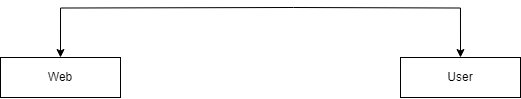
This is server/server.drawio.png from exersalza/move-alarm, a draw.io export, as it was before one commit. Source tidied: cells renumbered, new cells last; positions are measured from the earlier drawing's top-left corner, leaving out a move shared by most shapes.
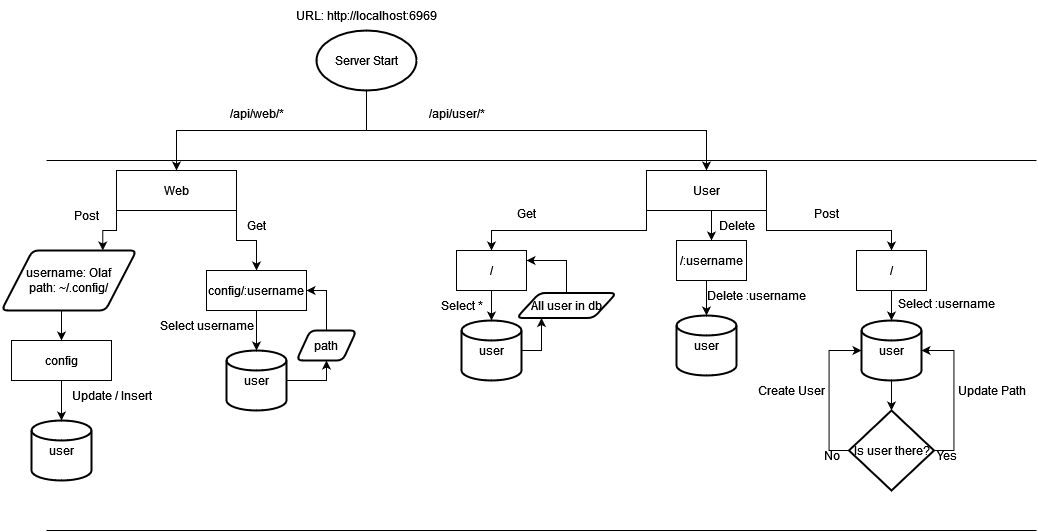
After the commit.

What changed in the source:
```diff
@@ -2,21 +2,188 @@
   <root>
     <mxCell id="0" />
     <mxCell id="1" parent="0" />
-    <mxCell id="2" style="edgeStyle=orthogonalEdgeStyle;rounded=0;jettySize=auto;html=1;exitX=0.5;exitY=1;exitDx=0;exitDy=0;entryX=0.5;entryY=0;entryDx=0;entryDy=0;" parent="1" edge="1" target="4">
-      <mxGeometry relative="1" as="geometry">
-        <mxPoint x="293" as="sourcePoint" />
-      </mxGeometry>
-    </mxCell>
-    <mxCell id="3" style="edgeStyle=orthogonalEdgeStyle;rounded=0;jettySize=auto;html=1;exitX=0.5;exitY=1;exitDx=0;exitDy=0;entryX=0.5;entryY=0;entryDx=0;entryDy=0;" parent="1" edge="1" target="5">
-      <mxGeometry relative="1" as="geometry">
-        <mxPoint x="293" as="sourcePoint" />
-      </mxGeometry>
-    </mxCell>
+    <mxCell id="6" style="edgeStyle=orthogonalEdgeStyle;rounded=0;jettySize=auto;html=1;exitX=1;exitY=1;exitDx=0;exitDy=0;entryX=0.5;entryY=0;entryDx=0;entryDy=0;" parent="1" edge="1" source="4" target="21">
+      <mxGeometry relative="1" as="geometry" />
+    </mxCell>
+    <mxCell id="7" style="edgeStyle=orthogonalEdgeStyle;rounded=0;jettySize=auto;html=1;exitX=0;exitY=1;exitDx=0;exitDy=0;entryX=0.75;entryY=0;entryDx=0;entryDy=0;" parent="1" edge="1" source="4" target="24">
+      <mxGeometry relative="1" as="geometry" />
+    </mxCell>
     <mxCell id="4" value="Web" style="rounded=0;whiteSpace=wrap;html=1;" parent="1" vertex="1">
-      <mxGeometry y="50" width="120" height="40" as="geometry" />
+      <mxGeometry x="10" y="50" width="120" height="40" as="geometry" />
     </mxCell>
+    <mxCell id="8" style="edgeStyle=orthogonalEdgeStyle;rounded=0;jettySize=auto;html=1;exitX=0;exitY=1;exitDx=0;exitDy=0;entryX=0.5;entryY=0;entryDx=0;entryDy=0;" parent="1" edge="1" source="5" target="33">
+      <mxGeometry relative="1" as="geometry" />
+    </mxCell>
+    <mxCell id="9" style="edgeStyle=orthogonalEdgeStyle;rounded=0;jettySize=auto;html=1;exitX=0.5;exitY=1;exitDx=0;exitDy=0;entryX=0.5;entryY=0;entryDx=0;entryDy=0;" parent="1" edge="1" source="5" target="40">
+      <mxGeometry relative="1" as="geometry" />
+    </mxCell>
+    <mxCell id="10" style="edgeStyle=orthogonalEdgeStyle;rounded=0;jettySize=auto;html=1;exitX=1;exitY=1;exitDx=0;exitDy=0;" parent="1" edge="1" source="5" target="45">
+      <mxGeometry relative="1" as="geometry" />
+    </mxCell>
     <mxCell id="5" value="User" style="rounded=0;whiteSpace=wrap;html=1;" parent="1" vertex="1">
-      <mxGeometry x="400" y="50" width="120" height="40" as="geometry" />
+      <mxGeometry x="540" y="50" width="120" height="40" as="geometry" />
     </mxCell>
+    <mxCell id="11" style="endArrow=none;html=1;rounded=0;" parent="1" edge="1">
+      <mxGeometry relative="1" as="geometry">
+        <mxPoint x="-60" y="40" as="sourcePoint" />
+        <mxPoint x="930" y="40" as="targetPoint" />
+      </mxGeometry>
+    </mxCell>
+    <mxCell id="12" style="edgeStyle=orthogonalEdgeStyle;rounded=0;jettySize=auto;html=1;exitX=0.5;exitY=1;exitDx=0;exitDy=0;exitPerimeter=0;entryX=0.5;entryY=0;entryDx=0;entryDy=0;" parent="1" edge="1" source="14" target="4">
+      <mxGeometry relative="1" as="geometry" />
+    </mxCell>
+    <mxCell id="13" style="edgeStyle=orthogonalEdgeStyle;rounded=0;jettySize=auto;html=1;exitX=0.5;exitY=1;exitDx=0;exitDy=0;exitPerimeter=0;entryX=0.5;entryY=0;entryDx=0;entryDy=0;" parent="1" edge="1" source="14" target="5">
+      <mxGeometry relative="1" as="geometry" />
+    </mxCell>
+    <mxCell id="14" value="Server Start" style="strokeWidth=2;html=1;shape=mxgraph.flowchart.start_1;whiteSpace=wrap;" parent="1" vertex="1">
+      <mxGeometry x="210" y="-90" width="100" height="60" as="geometry" />
+    </mxCell>
+    <mxCell id="15" style="edgeStyle=orthogonalEdgeStyle;rounded=0;jettySize=auto;html=1;exitX=0.5;exitY=1;exitDx=0;exitDy=0;entryX=0.5;entryY=0;entryDx=0;entryDy=0;" parent="1" edge="1" source="16">
+      <mxGeometry relative="1" as="geometry">
+        <mxPoint x="-45" y="300" as="targetPoint" />
+      </mxGeometry>
+    </mxCell>
+    <mxCell id="16" value="config" style="rounded=0;whiteSpace=wrap;html=1;" parent="1" vertex="1">
+      <mxGeometry x="-95" y="220" width="100" height="40" as="geometry" />
+    </mxCell>
+    <mxCell id="17" value="&lt;div&gt;/api/web/*&lt;/div&gt;" style="text;html=1;align=center;verticalAlign=middle;strokeColor=none;fillColor=none;" parent="1" vertex="1">
+      <mxGeometry x="110" y="-22" width="80" height="30" as="geometry" />
+    </mxCell>
+    <mxCell id="18" value="&lt;div&gt;/api/user/*&lt;/div&gt;" style="text;html=1;align=center;verticalAlign=middle;strokeColor=none;fillColor=none;" parent="1" vertex="1">
+      <mxGeometry x="310" y="-22" width="80" height="30" as="geometry" />
+    </mxCell>
+    <mxCell id="19" value="&lt;div&gt;Post&lt;/div&gt;" style="text;html=1;align=center;verticalAlign=middle;strokeColor=none;fillColor=none;" parent="1" vertex="1">
+      <mxGeometry x="-45" y="80" width="50" height="30" as="geometry" />
+    </mxCell>
+    <mxCell id="20" style="edgeStyle=orthogonalEdgeStyle;rounded=0;jettySize=auto;html=1;exitX=0.5;exitY=1;exitDx=0;exitDy=0;" parent="1" edge="1" source="21" target="28">
+      <mxGeometry relative="1" as="geometry" />
+    </mxCell>
+    <mxCell id="21" value="config/:username" style="rounded=0;whiteSpace=wrap;html=1;" parent="1" vertex="1">
+      <mxGeometry x="100" y="150" width="100" height="40" as="geometry" />
+    </mxCell>
+    <mxCell id="22" value="&lt;div&gt;Get&lt;/div&gt;" style="text;html=1;align=center;verticalAlign=middle;strokeColor=none;fillColor=none;" parent="1" vertex="1">
+      <mxGeometry x="130" y="90" width="40" height="30" as="geometry" />
+    </mxCell>
+    <mxCell id="23" style="edgeStyle=orthogonalEdgeStyle;rounded=0;jettySize=auto;html=1;exitX=0.5;exitY=1;exitDx=0;exitDy=0;entryX=0.5;entryY=0;entryDx=0;entryDy=0;" parent="1" edge="1" source="24" target="16">
+      <mxGeometry relative="1" as="geometry" />
+    </mxCell>
+    <mxCell id="24" value="&lt;div&gt;username: Olaf&lt;/div&gt;&lt;div&gt;path: ~/.config/&lt;br&gt;&lt;/div&gt;" style="shape=parallelogram;html=1;strokeWidth=2;perimeter=parallelogramPerimeter;whiteSpace=wrap;rounded=1;arcSize=12;size=0.23;" parent="1" vertex="1">
+      <mxGeometry x="-105" y="130" width="135" height="60" as="geometry" />
+    </mxCell>
+    <mxCell id="25" value="user" style="strokeWidth=2;html=1;shape=mxgraph.flowchart.database;whiteSpace=wrap;" parent="1" vertex="1">
+      <mxGeometry x="-75" y="300" width="60" height="60" as="geometry" />
+    </mxCell>
+    <mxCell id="26" value="&lt;div&gt;Update / Insert&lt;/div&gt;" style="text;html=1;align=center;verticalAlign=middle;strokeColor=none;fillColor=none;" parent="1" vertex="1">
+      <mxGeometry x="-45" y="260" width="100" height="30" as="geometry" />
+    </mxCell>
+    <mxCell id="27" style="edgeStyle=orthogonalEdgeStyle;rounded=0;jettySize=auto;html=1;exitX=1;exitY=0.5;exitDx=0;exitDy=0;exitPerimeter=0;entryX=0.5;entryY=1;entryDx=0;entryDy=0;" parent="1" edge="1" source="28" target="31">
+      <mxGeometry relative="1" as="geometry" />
+    </mxCell>
+    <mxCell id="28" value="user" style="strokeWidth=2;html=1;shape=mxgraph.flowchart.database;whiteSpace=wrap;" parent="1" vertex="1">
+      <mxGeometry x="120" y="230" width="60" height="60" as="geometry" />
+    </mxCell>
+    <mxCell id="29" value="Select username" style="text;html=1;align=center;verticalAlign=middle;strokeColor=none;fillColor=none;" parent="1" vertex="1">
+      <mxGeometry x="40" y="190" width="120" height="30" as="geometry" />
+    </mxCell>
+    <mxCell id="30" style="edgeStyle=orthogonalEdgeStyle;rounded=0;jettySize=auto;html=1;exitX=0.5;exitY=0;exitDx=0;exitDy=0;entryX=1;entryY=0.5;entryDx=0;entryDy=0;" parent="1" edge="1" source="31" target="21">
+      <mxGeometry relative="1" as="geometry" />
+    </mxCell>
+    <mxCell id="31" value="path" style="shape=parallelogram;html=1;strokeWidth=2;perimeter=parallelogramPerimeter;whiteSpace=wrap;rounded=1;arcSize=12;size=0.23;" parent="1" vertex="1">
+      <mxGeometry x="190" y="210" width="60" height="30" as="geometry" />
+    </mxCell>
+    <mxCell id="32" style="edgeStyle=orthogonalEdgeStyle;rounded=0;jettySize=auto;html=1;exitX=0.5;exitY=1;exitDx=0;exitDy=0;" parent="1" edge="1" source="33">
+      <mxGeometry relative="1" as="geometry">
+        <mxPoint x="385" y="200" as="targetPoint" />
+      </mxGeometry>
+    </mxCell>
+    <mxCell id="33" value="/" style="rounded=0;whiteSpace=wrap;html=1;" parent="1" vertex="1">
+      <mxGeometry x="350" y="130" width="70" height="40" as="geometry" />
+    </mxCell>
+    <mxCell id="34" value="Get" style="text;html=1;align=center;verticalAlign=middle;strokeColor=none;fillColor=none;" parent="1" vertex="1">
+      <mxGeometry x="400" y="78" width="40" height="30" as="geometry" />
+    </mxCell>
+    <mxCell id="35" style="edgeStyle=orthogonalEdgeStyle;rounded=0;jettySize=auto;html=1;exitX=1;exitY=0.5;exitDx=0;exitDy=0;exitPerimeter=0;entryX=0.25;entryY=1;entryDx=0;entryDy=0;" parent="1" edge="1" source="36" target="39">
+      <mxGeometry relative="1" as="geometry" />
+    </mxCell>
+    <mxCell id="36" value="user" style="strokeWidth=2;html=1;shape=mxgraph.flowchart.database;whiteSpace=wrap;" parent="1" vertex="1">
+      <mxGeometry x="355" y="200" width="60" height="60" as="geometry" />
+    </mxCell>
+    <mxCell id="37" value="Select *" style="text;html=1;align=center;verticalAlign=middle;strokeColor=none;fillColor=none;" parent="1" vertex="1">
+      <mxGeometry x="320" y="170" width="70" height="30" as="geometry" />
+    </mxCell>
+    <mxCell id="38" style="edgeStyle=orthogonalEdgeStyle;rounded=0;jettySize=auto;html=1;exitX=0.25;exitY=0;exitDx=0;exitDy=0;entryX=1;entryY=0.25;entryDx=0;entryDy=0;" parent="1" edge="1" source="39" target="33">
+      <mxGeometry relative="1" as="geometry">
+        <Array as="points">
+          <mxPoint x="460" y="173" />
+          <mxPoint x="460" y="140" />
+        </Array>
+      </mxGeometry>
+    </mxCell>
+    <mxCell id="39" value="All user in db" style="shape=parallelogram;html=1;strokeWidth=2;perimeter=parallelogramPerimeter;whiteSpace=wrap;rounded=1;arcSize=12;size=0.23;" parent="1" vertex="1">
+      <mxGeometry x="410" y="172.5" width="100" height="25" as="geometry" />
+    </mxCell>
+    <mxCell id="40" value="/:username" style="rounded=0;whiteSpace=wrap;html=1;" parent="1" vertex="1">
+      <mxGeometry x="570" y="120" width="70" height="40" as="geometry" />
+    </mxCell>
+    <mxCell id="41" value="&lt;div&gt;Delete&lt;/div&gt;" style="text;html=1;align=center;verticalAlign=middle;strokeColor=none;fillColor=none;" parent="1" vertex="1">
+      <mxGeometry x="600" y="90" width="60" height="30" as="geometry" />
+    </mxCell>
+    <mxCell id="42" value="user" style="strokeWidth=2;html=1;shape=mxgraph.flowchart.database;whiteSpace=wrap;" parent="1" vertex="1">
+      <mxGeometry x="570" y="195" width="60" height="60" as="geometry" />
+    </mxCell>
+    <mxCell id="43" style="edgeStyle=orthogonalEdgeStyle;rounded=0;jettySize=auto;html=1;exitX=0.25;exitY=1;exitDx=0;exitDy=0;entryX=0.5;entryY=0;entryDx=0;entryDy=0;entryPerimeter=0;" parent="1" edge="1" source="40" target="42">
+      <mxGeometry relative="1" as="geometry" />
+    </mxCell>
+    <mxCell id="44" value="Delete :username" style="text;html=1;align=center;verticalAlign=middle;strokeColor=none;fillColor=none;" parent="1" vertex="1">
+      <mxGeometry x="590" y="160" width="120" height="30" as="geometry" />
+    </mxCell>
+    <mxCell id="45" value="&lt;div&gt;/&lt;/div&gt;" style="rounded=0;whiteSpace=wrap;html=1;" parent="1" vertex="1">
+      <mxGeometry x="750" y="130" width="70" height="40" as="geometry" />
+    </mxCell>
+    <mxCell id="46" value="Post" style="text;html=1;align=center;verticalAlign=middle;strokeColor=none;fillColor=none;" parent="1" vertex="1">
+      <mxGeometry x="695" y="78" width="50" height="30" as="geometry" />
+    </mxCell>
+    <mxCell id="47" value="user" style="strokeWidth=2;html=1;shape=mxgraph.flowchart.database;whiteSpace=wrap;" parent="1" vertex="1">
+      <mxGeometry x="755" y="200" width="60" height="60" as="geometry" />
+    </mxCell>
+    <mxCell id="48" style="edgeStyle=orthogonalEdgeStyle;rounded=0;jettySize=auto;html=1;exitX=0.5;exitY=1;exitDx=0;exitDy=0;entryX=0.5;entryY=0;entryDx=0;entryDy=0;entryPerimeter=0;" parent="1" edge="1" source="45" target="47">
+      <mxGeometry relative="1" as="geometry" />
+    </mxCell>
+    <mxCell id="49" value="Select :username" style="text;html=1;align=center;verticalAlign=middle;strokeColor=none;fillColor=none;" parent="1" vertex="1">
+      <mxGeometry x="780" y="167.5" width="120" height="30" as="geometry" />
+    </mxCell>
+    <mxCell id="50" value="Is user there?" style="strokeWidth=2;html=1;shape=mxgraph.flowchart.decision;whiteSpace=wrap;" parent="1" vertex="1">
+      <mxGeometry x="742.5" y="290" width="85" height="80" as="geometry" />
+    </mxCell>
+    <mxCell id="51" style="edgeStyle=orthogonalEdgeStyle;rounded=0;jettySize=auto;html=1;exitX=0.5;exitY=1;exitDx=0;exitDy=0;exitPerimeter=0;entryX=0.5;entryY=0;entryDx=0;entryDy=0;entryPerimeter=0;" parent="1" edge="1" source="47" target="50">
+      <mxGeometry relative="1" as="geometry" />
+    </mxCell>
+    <mxCell id="52" style="edgeStyle=orthogonalEdgeStyle;rounded=0;jettySize=auto;html=1;exitX=1;exitY=0.5;exitDx=0;exitDy=0;exitPerimeter=0;entryX=1;entryY=0.5;entryDx=0;entryDy=0;entryPerimeter=0;" parent="1" edge="1" source="50" target="47">
+      <mxGeometry relative="1" as="geometry" />
+    </mxCell>
+    <mxCell id="53" value="Update Path" style="text;html=1;align=center;verticalAlign=middle;strokeColor=none;fillColor=none;" parent="1" vertex="1">
+      <mxGeometry x="840" y="255" width="90" height="30" as="geometry" />
+    </mxCell>
+    <mxCell id="54" value="&lt;div&gt;Yes&lt;/div&gt;" style="text;html=1;align=center;verticalAlign=middle;strokeColor=none;fillColor=none;" parent="1" vertex="1">
+      <mxGeometry x="820" y="320" width="40" height="30" as="geometry" />
+    </mxCell>
+    <mxCell id="55" style="edgeStyle=orthogonalEdgeStyle;rounded=0;jettySize=auto;html=1;exitX=0;exitY=0.5;exitDx=0;exitDy=0;exitPerimeter=0;entryX=0;entryY=0.5;entryDx=0;entryDy=0;entryPerimeter=0;" parent="1" edge="1" source="50" target="47">
+      <mxGeometry relative="1" as="geometry" />
+    </mxCell>
+    <mxCell id="56" value="Create User" style="text;html=1;align=center;verticalAlign=middle;strokeColor=none;fillColor=none;" parent="1" vertex="1">
+      <mxGeometry x="640" y="255" width="90" height="30" as="geometry" />
+    </mxCell>
+    <mxCell id="57" value="No" style="text;html=1;align=center;verticalAlign=middle;strokeColor=none;fillColor=none;" parent="1" vertex="1">
+      <mxGeometry x="705" y="320" width="40" height="30" as="geometry" />
+    </mxCell>
+    <mxCell id="58" style="endArrow=none;html=1;rounded=0;" parent="1" edge="1">
+      <mxGeometry relative="1" as="geometry">
+        <mxPoint x="-60" y="410" as="sourcePoint" />
+        <mxPoint x="930" y="410" as="targetPoint" />
+      </mxGeometry>
+    </mxCell>
+    <mxCell id="59" value="URL: http://localhost:6969" style="text;html=1;align=center;verticalAlign=middle;strokeColor=none;fillColor=none;" parent="1" vertex="1">
+      <mxGeometry x="180" y="-120" width="160" height="30" as="geometry" />
+    </mxCell>
   </root>
 </mxGraphModel>
```
